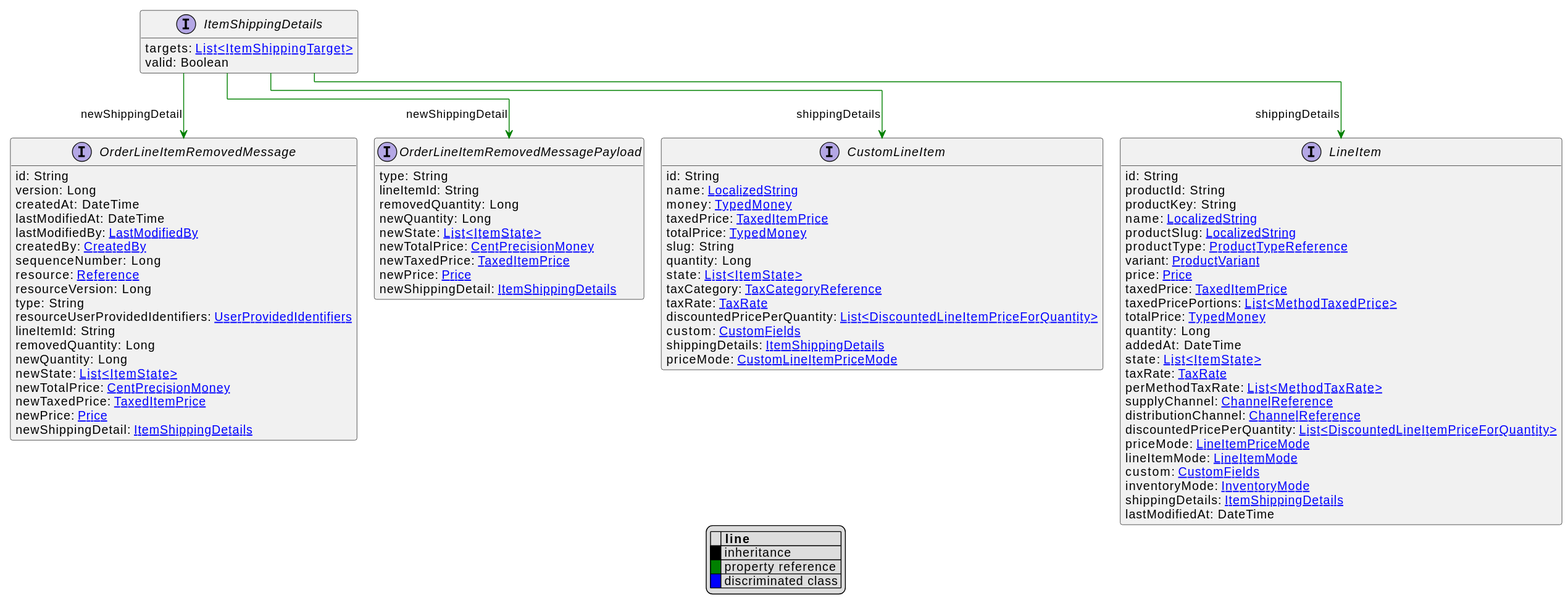
commercetools/commercetools-api-reference keeps this PlantUML diagram as uml/api/svg/ItemShippingDetails.svg. Above is the earlier version.
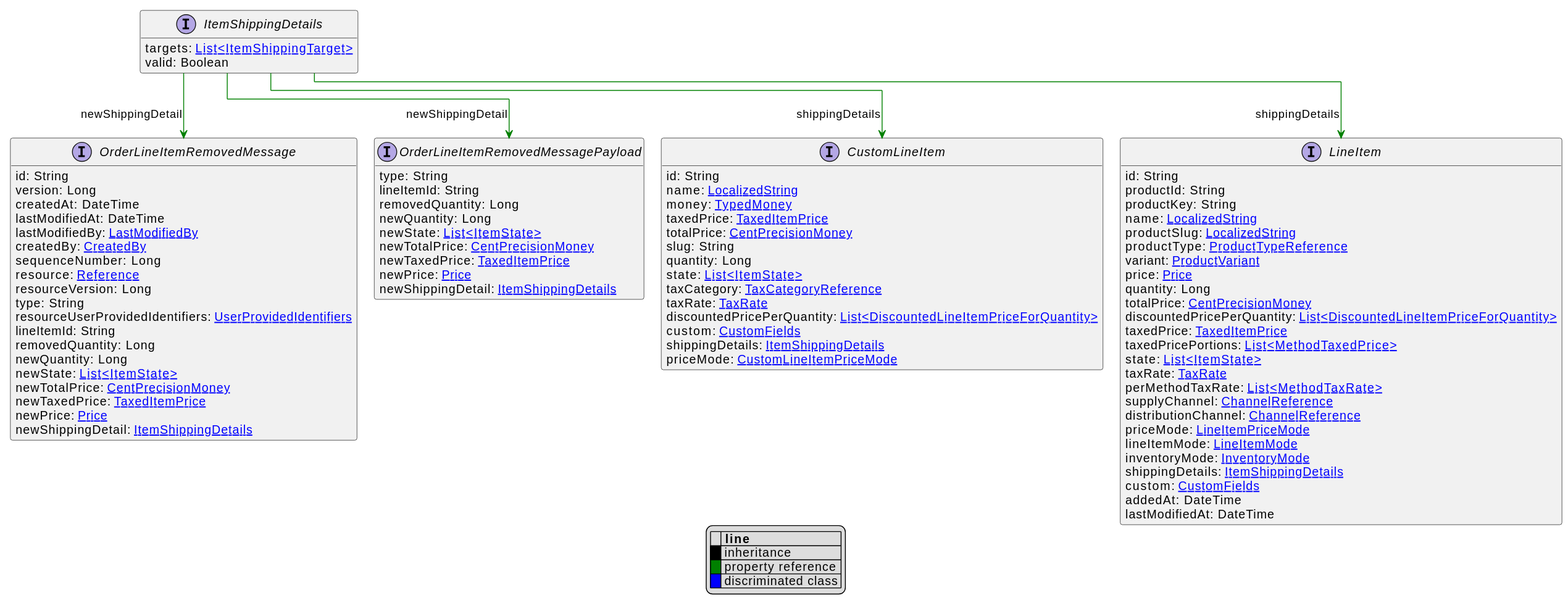
Later version of the same file.

Change to the diagram source:
```diff
@@ -20,7 +20,7 @@
     name: [[LocalizedString.svg LocalizedString]]
     money: [[TypedMoney.svg TypedMoney]]
     taxedPrice: [[TaxedItemPrice.svg TaxedItemPrice]]
-    totalPrice: [[TypedMoney.svg TypedMoney]]
+    totalPrice: [[CentPrecisionMoney.svg CentPrecisionMoney]]
     slug: String
     quantity: Long
     state: [[ItemState.svg List<ItemState>]]
@@ -40,22 +40,22 @@
     productType: [[ProductTypeReference.svg ProductTypeReference]]
     variant: [[ProductVariant.svg ProductVariant]]
     price: [[Price.svg Price]]
+    quantity: Long
+    totalPrice: [[CentPrecisionMoney.svg CentPrecisionMoney]]
+    discountedPricePerQuantity: [[DiscountedLineItemPriceForQuantity.svg List<DiscountedLineItemPriceForQuantity>]]
     taxedPrice: [[TaxedItemPrice.svg TaxedItemPrice]]
     taxedPricePortions: [[MethodTaxedPrice.svg List<MethodTaxedPrice>]]
-    totalPrice: [[TypedMoney.svg TypedMoney]]
-    quantity: Long
-    addedAt: DateTime
     state: [[ItemState.svg List<ItemState>]]
     taxRate: [[TaxRate.svg TaxRate]]
     perMethodTaxRate: [[MethodTaxRate.svg List<MethodTaxRate>]]
     supplyChannel: [[ChannelReference.svg ChannelReference]]
     distributionChannel: [[ChannelReference.svg ChannelReference]]
-    discountedPricePerQuantity: [[DiscountedLineItemPriceForQuantity.svg List<DiscountedLineItemPriceForQuantity>]]
     priceMode: [[LineItemPriceMode.svg LineItemPriceMode]]
     lineItemMode: [[LineItemMode.svg LineItemMode]]
-    custom: [[CustomFields.svg CustomFields]]
     inventoryMode: [[InventoryMode.svg InventoryMode]]
     shippingDetails: [[ItemShippingDetails.svg ItemShippingDetails]]
+    custom: [[CustomFields.svg CustomFields]]
+    addedAt: DateTime
     lastModifiedAt: DateTime
 }
 interface OrderLineItemRemovedMessage [[OrderLineItemRemovedMessage.svg]]  {
```
